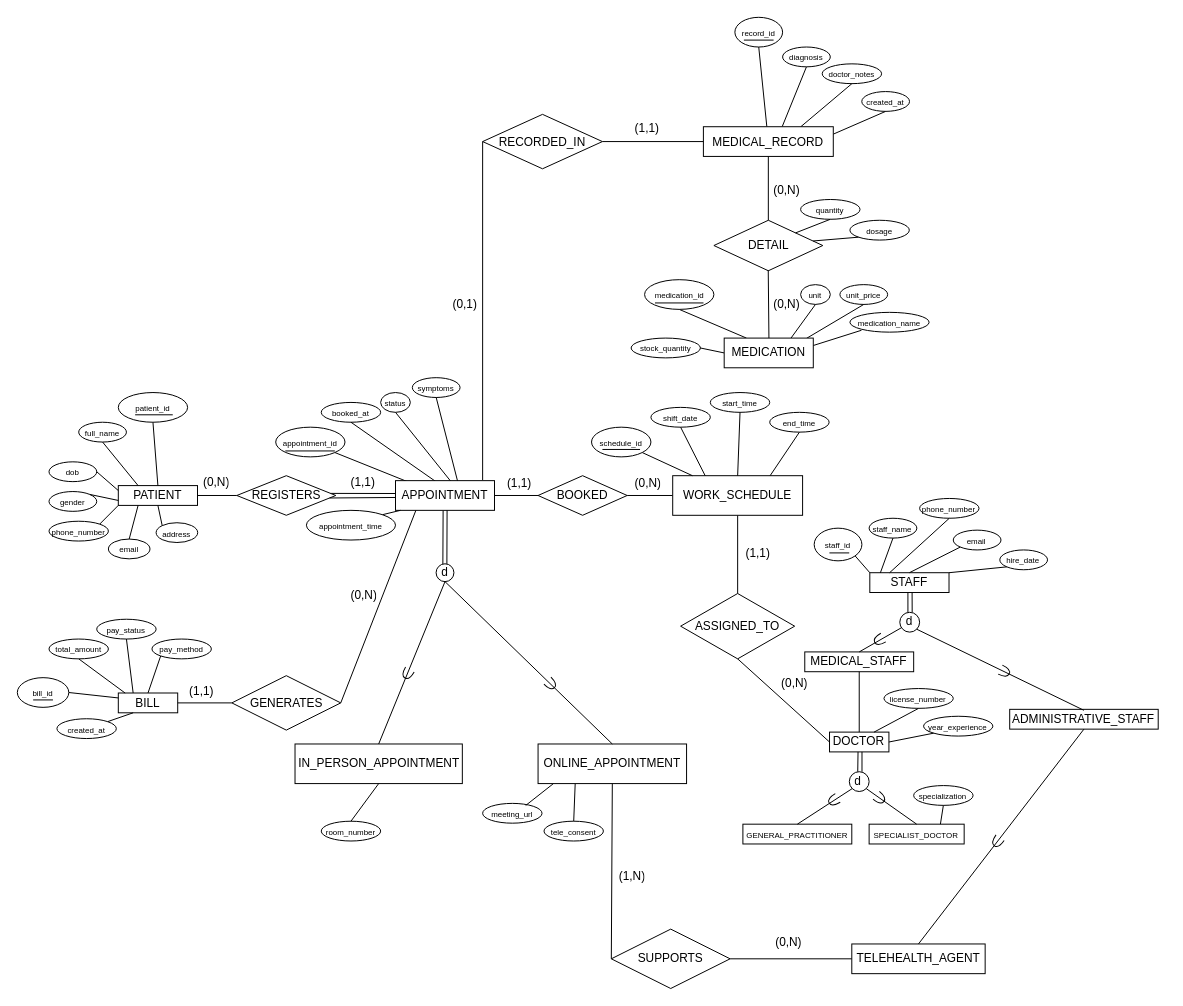
Above: Telemedicine_EERD_Design-02.drawio in Cinzogoni/Database_Telemedicine (draw.io), before the change. Source tidied: cells renumbered, new cells numbered last; positions are measured from the earlier drawing's top-left corner, leaving out a move shared by most shapes. Both pictures are drawn from the tidied source at 99%, with x=0, y=0 at pixel (17, 17).
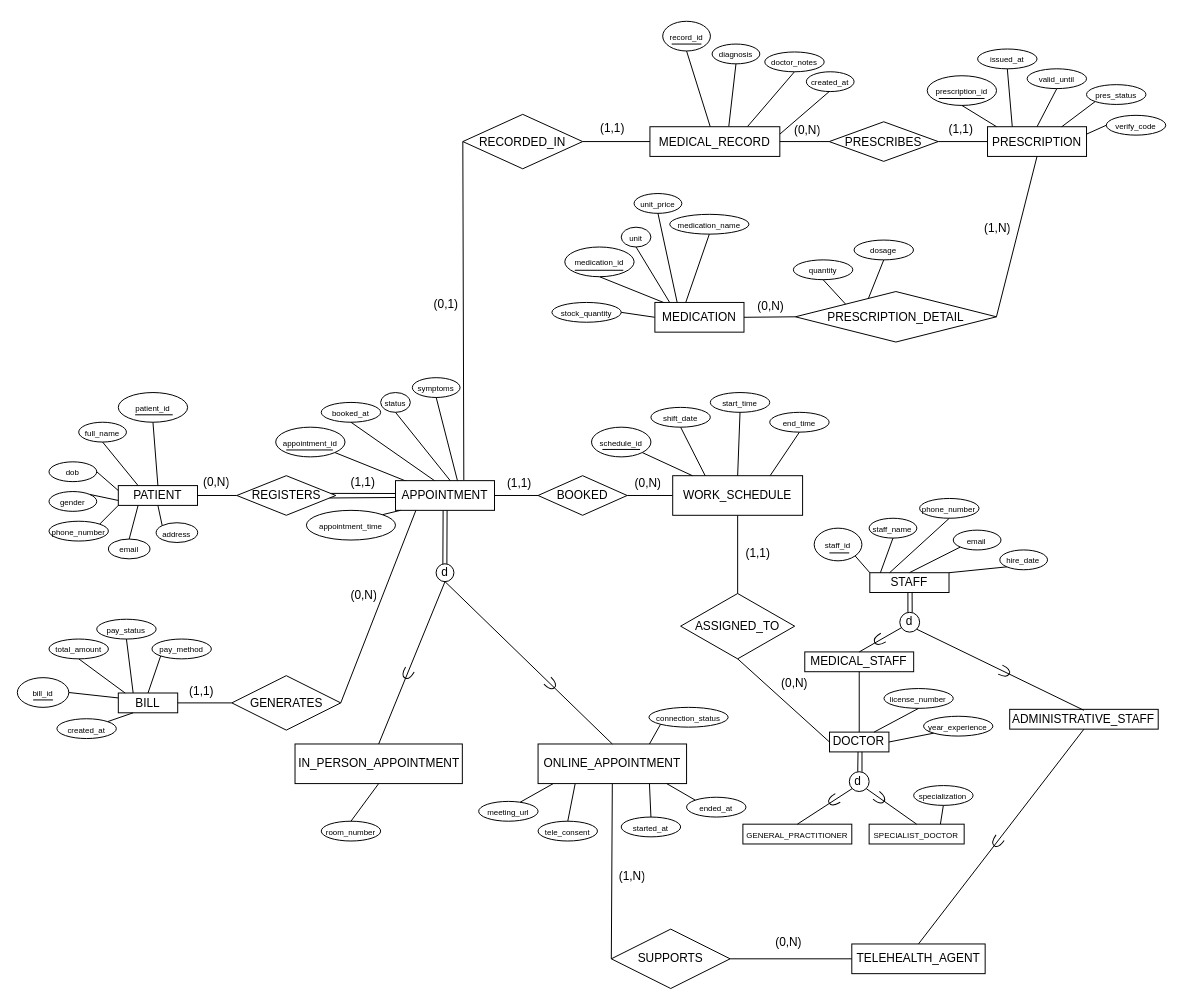
Above is the later version.

Commit message (it also covers changes not shown here):
Desigin-02: added PRESCRIPTION, pending DOCTOR and PRECRIPTION

Unchanged cells that the change refers to:
```xml
<mxCell id="156" value="ONLINE_APPOINTMENT" style="whiteSpace=wrap;html=1;align=center;" parent="1" vertex="1">
  <mxGeometry x="526" y="734" width="150" height="40" as="geometry" />
</mxCell>
```

Change to the diagram source:
```diff
@@
     <mxCell id="42" value="&lt;font style=&quot;font-size: 8px;&quot;&gt;diagnosis&lt;/font&gt;" style="ellipse;whiteSpace=wrap;html=1;align=center;" parent="1" vertex="1">
-      <mxGeometry x="773" y="30" width="48.2" height="20" as="geometry" />
+      <mxGeometry x="701.8" y="27" width="48.2" height="20" as="geometry" />
     </mxCell>
@@
     <mxCell id="60" value="&lt;font style=&quot;font-size: 8px;&quot;&gt;doctor_notes&lt;/font&gt;" style="ellipse;whiteSpace=wrap;html=1;align=center;" parent="1" vertex="1">
-      <mxGeometry x="813" y="47" width="60" height="20" as="geometry" />
+      <mxGeometry x="755" y="35" width="60" height="20" as="geometry" />
     </mxCell>
     <mxCell id="61" value="&lt;font style=&quot;font-size: 8px;&quot;&gt;created_at&lt;/font&gt;" style="ellipse;whiteSpace=wrap;html=1;align=center;" parent="1" vertex="1">
-      <mxGeometry x="853" y="75" width="48.2" height="20" as="geometry" />
+      <mxGeometry x="797" y="55" width="48.2" height="20" as="geometry" />
     </mxCell>
@@
-    <mxCell id="63" style="endArrow=none;html=1;rounded=0;defaultLabelBackgroundColor=page;exitX=0.5;exitY=1;exitDx=0;exitDy=0;entryX=1;entryY=0.25;entryDx=0;entryDy=0;" parent="1" edge="1" source="61" target="95">
-      <mxGeometry relative="1" as="geometry" />
+    <mxCell id="63" style="endArrow=none;html=1;rounded=0;defaultLabelBackgroundColor=page;exitX=0.5;exitY=1;exitDx=0;exitDy=0;entryX=1;entryY=0.25;entryDx=0;entryDy=0;" parent="1" edge="1" target="95">
+      <mxGeometry relative="1" as="geometry">
+        <mxPoint x="820.1" y="75" as="sourcePoint" />
+      </mxGeometry>
     </mxCell>
-    <mxCell id="64" style="endArrow=none;html=1;rounded=0;defaultLabelBackgroundColor=page;exitX=0.5;exitY=1;exitDx=0;exitDy=0;entryX=0.25;entryY=0;entryDx=0;entryDy=0;" parent="1" edge="1" source="143" target="73">
+    <mxCell id="64" style="endArrow=none;html=1;rounded=0;defaultLabelBackgroundColor=page;exitX=0.5;exitY=1;exitDx=0;exitDy=0;entryX=0.105;entryY=0.01;entryDx=0;entryDy=0;entryPerimeter=0;" parent="1" edge="1" source="143" target="73">
       <mxGeometry relative="1" as="geometry" />
     </mxCell>
     <mxCell id="65" value="&lt;font style=&quot;font-size: 8px;&quot;&gt;medication_name&lt;/font&gt;" style="ellipse;whiteSpace=wrap;html=1;align=center;" parent="1" vertex="1">
-      <mxGeometry x="841" y="298" width="80" height="20" as="geometry" />
+      <mxGeometry x="659" y="199" width="80" height="20" as="geometry" />
     </mxCell>
-    <mxCell id="66" style="endArrow=none;html=1;rounded=0;defaultLabelBackgroundColor=page;exitX=0;exitY=1;exitDx=0;exitDy=0;entryX=1;entryY=0.25;entryDx=0;entryDy=0;" parent="1" edge="1" target="73">
-      <mxGeometry relative="1" as="geometry">
-        <mxPoint x="852.7" y="316.1" as="sourcePoint" />
-      </mxGeometry>
+    <mxCell id="66" style="endArrow=none;html=1;rounded=0;defaultLabelBackgroundColor=page;exitX=0.5;exitY=1;exitDx=0;exitDy=0;entryX=0.347;entryY=-0.005;entryDx=0;entryDy=0;entryPerimeter=0;" parent="1" edge="1" source="65" target="73">
+      <mxGeometry relative="1" as="geometry" />
     </mxCell>
     <mxCell id="67" value="&lt;font style=&quot;font-size: 8px;&quot;&gt;unit&lt;/font&gt;" style="ellipse;whiteSpace=wrap;html=1;align=center;" parent="1" vertex="1">
-      <mxGeometry x="791.2" y="270" width="30" height="20" as="geometry" />
+      <mxGeometry x="610" y="212" width="30" height="20" as="geometry" />
     </mxCell>
     <mxCell id="68" value="&lt;font style=&quot;font-size: 8px;&quot;&gt;unit_price&lt;/font&gt;" style="ellipse;whiteSpace=wrap;html=1;align=center;" parent="1" vertex="1">
-      <mxGeometry x="830.9" y="270" width="48.2" height="20" as="geometry" />
+      <mxGeometry x="623" y="178" width="48.2" height="20" as="geometry" />
     </mxCell>
-    <mxCell id="69" style="endArrow=none;html=1;rounded=0;defaultLabelBackgroundColor=page;exitX=0.5;exitY=1;exitDx=0;exitDy=0;entryX=0.75;entryY=0;entryDx=0;entryDy=0;" parent="1" edge="1" source="67" target="73">
+    <mxCell id="69" style="endArrow=none;html=1;rounded=0;defaultLabelBackgroundColor=page;exitX=0.5;exitY=1;exitDx=0;exitDy=0;entryX=0.163;entryY=-0.014;entryDx=0;entryDy=0;entryPerimeter=0;" parent="1" edge="1" source="67" target="73">
       <mxGeometry relative="1" as="geometry" />
     </mxCell>
-    <mxCell id="70" style="endArrow=none;html=1;rounded=0;defaultLabelBackgroundColor=page;exitX=0.5;exitY=1;exitDx=0;exitDy=0;entryX=0.924;entryY=0.01;entryDx=0;entryDy=0;entryPerimeter=0;" parent="1" edge="1" source="68" target="73">
+    <mxCell id="70" style="endArrow=none;html=1;rounded=0;defaultLabelBackgroundColor=page;exitX=0.5;exitY=1;exitDx=0;exitDy=0;entryX=0.25;entryY=0;entryDx=0;entryDy=0;" parent="1" edge="1" source="68" target="73">
       <mxGeometry relative="1" as="geometry" />
     </mxCell>
     <mxCell id="71" value="&lt;font style=&quot;font-size: 8px;&quot;&gt;stock_quantity&lt;/font&gt;" style="ellipse;whiteSpace=wrap;html=1;align=center;" parent="1" vertex="1">
-      <mxGeometry x="620" y="324" width="70" height="20" as="geometry" />
+      <mxGeometry x="540" y="288" width="70" height="20" as="geometry" />
     </mxCell>
@@
     <mxCell id="73" value="&lt;font&gt;MEDICATION&lt;/font&gt;" style="whiteSpace=wrap;html=1;align=center;" parent="1" vertex="1">
-      <mxGeometry x="714" y="324" width="90" height="30" as="geometry" />
+      <mxGeometry x="644" y="288" width="90" height="30" as="geometry" />
     </mxCell>
@@
     <mxCell id="93" value="&lt;span style=&quot;font-size: 8px;&quot;&gt;meeting_url&lt;/span&gt;" style="ellipse;whiteSpace=wrap;html=1;align=center;" parent="1" vertex="1">
-      <mxGeometry x="470" y="794" width="60" height="20" as="geometry" />
+      <mxGeometry x="466" y="792" width="60" height="20" as="geometry" />
     </mxCell>
-    <mxCell id="94" style="endArrow=none;html=1;rounded=0;defaultLabelBackgroundColor=page;exitX=0.106;exitY=0.993;exitDx=0;exitDy=0;exitPerimeter=0;" parent="1" edge="1" source="156">
-      <mxGeometry relative="1" as="geometry">
-        <mxPoint x="513.5" y="796.1" as="targetPoint" />
-      </mxGeometry>
+    <mxCell id="94" style="endArrow=none;html=1;rounded=0;defaultLabelBackgroundColor=page;exitX=0.106;exitY=0.993;exitDx=0;exitDy=0;exitPerimeter=0;entryX=0.699;entryY=0.041;entryDx=0;entryDy=0;entryPerimeter=0;" parent="1" edge="1" source="156" target="93">
+      <mxGeometry relative="1" as="geometry" />
     </mxCell>
     <mxCell id="95" value="MEDICAL_RECORD" style="whiteSpace=wrap;html=1;align=center;" parent="1" vertex="1">
-      <mxGeometry x="693" y="110.5" width="131.2" height="30" as="geometry" />
+      <mxGeometry x="639" y="110.5" width="131.2" height="30" as="geometry" />
     </mxCell>
     <mxCell id="96" value="RECORDED_IN" style="shape=rhombus;perimeter=rhombusPerimeter;whiteSpace=wrap;html=1;align=center;" parent="1" vertex="1">
-      <mxGeometry x="470" y="98" width="121" height="55" as="geometry" />
+      <mxGeometry x="450" y="98" width="121" height="55" as="geometry" />
     </mxCell>
     <mxCell id="97" style="endArrow=none;html=1;rounded=0;defaultLabelBackgroundColor=page;entryX=0;entryY=0.5;entryDx=0;entryDy=0;" parent="1" edge="1" target="96">
       <mxGeometry relative="1" as="geometry">
-        <mxPoint x="470" y="467.4" as="sourcePoint" />
+        <mxPoint x="451" y="467.4" as="sourcePoint" />
       </mxGeometry>
     </mxCell>
@@
     <mxCell id="99" value="(0,1)" style="text;strokeColor=none;fillColor=none;spacingLeft=4;spacingRight=4;overflow=hidden;fontSize=12;whiteSpace=wrap;html=1;" parent="1" vertex="1">
-      <mxGeometry x="434" y="276" width="36" height="30" as="geometry" />
+      <mxGeometry x="415" y="276" width="36" height="30" as="geometry" />
     </mxCell>
     <mxCell id="100" value="(1,1)" style="text;strokeColor=none;fillColor=none;spacingLeft=4;spacingRight=4;overflow=hidden;fontSize=12;whiteSpace=wrap;html=1;" parent="1" vertex="1">
-      <mxGeometry x="618" y="98" width="36" height="30" as="geometry" />
+      <mxGeometry x="583" y="98" width="36" height="30" as="geometry" />
     </mxCell>
-    <mxCell id="101" value="DETAIL" style="shape=rhombus;perimeter=rhombusPerimeter;whiteSpace=wrap;html=1;align=center;" parent="1" vertex="1">
-      <mxGeometry x="703.6" y="205" width="110" height="51" as="geometry" />
+    <mxCell id="101" value="PRESCRIPTION_DETAIL" style="shape=rhombus;perimeter=rhombusPerimeter;whiteSpace=wrap;html=1;align=center;" parent="1" vertex="1">
+      <mxGeometry x="785.9" y="277" width="203.1" height="51" as="geometry" />
     </mxCell>
-    <mxCell id="102" value="(0,N)" style="text;strokeColor=none;fillColor=none;spacingLeft=4;spacingRight=4;overflow=hidden;fontSize=12;whiteSpace=wrap;html=1;" parent="1" vertex="1">
-      <mxGeometry x="758.2" y="161" width="42" height="30" as="geometry" />
-    </mxCell>
-    <mxCell id="103" value="(0,N)" style="text;strokeColor=none;fillColor=none;spacingLeft=4;spacingRight=4;overflow=hidden;fontSize=12;whiteSpace=wrap;html=1;" parent="1" vertex="1">
-      <mxGeometry x="758" y="276" width="42" height="30" as="geometry" />
-    </mxCell>
-    <mxCell id="104" style="endArrow=none;html=1;rounded=0;defaultLabelBackgroundColor=page;exitX=0.516;exitY=0.986;exitDx=0;exitDy=0;entryX=0.5;entryY=0;entryDx=0;entryDy=0;exitPerimeter=0;" parent="1" edge="1">
-      <mxGeometry relative="1" as="geometry">
-        <mxPoint x="758.5" y="255.3" as="sourcePoint" />
-        <mxPoint x="759.2" y="324" as="targetPoint" />
-      </mxGeometry>
+    <mxCell id="104" style="endArrow=none;html=1;rounded=0;defaultLabelBackgroundColor=page;exitX=0;exitY=0.5;exitDx=0;exitDy=0;entryX=1;entryY=0.5;entryDx=0;entryDy=0;" parent="1" edge="1" source="101" target="73">
+      <mxGeometry relative="1" as="geometry" />
     </mxCell>
-    <mxCell id="105" style="endArrow=none;html=1;rounded=0;defaultLabelBackgroundColor=page;exitX=0.5;exitY=1;exitDx=0;exitDy=0;entryX=0.5;entryY=0;entryDx=0;entryDy=0;" parent="1" edge="1" source="95" target="101">
-      <mxGeometry relative="1" as="geometry" />
-    </mxCell>
     <mxCell id="106" value="&lt;font style=&quot;font-size: 8px;&quot;&gt;quantity&lt;/font&gt;" style="ellipse;whiteSpace=wrap;html=1;align=center;" parent="1" vertex="1">
-      <mxGeometry x="791.2" y="184" width="60" height="20" as="geometry" />
+      <mxGeometry x="783.9" y="245" width="60" height="20" as="geometry" />
     </mxCell>
     <mxCell id="107" value="&lt;font style=&quot;font-size: 8px;&quot;&gt;dosage&lt;/font&gt;" style="ellipse;whiteSpace=wrap;html=1;align=center;" parent="1" vertex="1">
-      <mxGeometry x="841" y="205" width="60" height="20" as="geometry" />
+      <mxGeometry x="845.2" y="225" width="60" height="20" as="geometry" />
     </mxCell>
-    <mxCell id="108" style="endArrow=none;html=1;rounded=0;defaultLabelBackgroundColor=page;entryX=0.5;entryY=1;entryDx=0;entryDy=0;exitX=1;exitY=0;exitDx=0;exitDy=0;" parent="1" edge="1" source="101" target="106">
+    <mxCell id="108" style="endArrow=none;html=1;rounded=0;defaultLabelBackgroundColor=page;entryX=0.5;entryY=1;entryDx=0;entryDy=0;exitX=0;exitY=0;exitDx=0;exitDy=0;" parent="1" edge="1" source="101" target="106">
       <mxGeometry relative="1" as="geometry" />
     </mxCell>
-    <mxCell id="109" style="endArrow=none;html=1;rounded=0;defaultLabelBackgroundColor=page;entryX=0;entryY=1;entryDx=0;entryDy=0;exitX=0.911;exitY=0.41;exitDx=0;exitDy=0;exitPerimeter=0;" parent="1" edge="1" source="101" target="107">
+    <mxCell id="109" style="endArrow=none;html=1;rounded=0;defaultLabelBackgroundColor=page;entryX=0.5;entryY=1;entryDx=0;entryDy=0;exitX=0.363;exitY=0.139;exitDx=0;exitDy=0;exitPerimeter=0;" parent="1" edge="1" source="101" target="107">
       <mxGeometry relative="1" as="geometry" />
     </mxCell>
@@
     <mxCell id="129" value="&lt;span style=&quot;font-size: 8px;&quot;&gt;tele_consent&lt;/span&gt;" style="ellipse;whiteSpace=wrap;html=1;align=center;" parent="1" vertex="1">
-      <mxGeometry x="532" y="812" width="60" height="20" as="geometry" />
+      <mxGeometry x="526" y="812" width="60" height="20" as="geometry" />
     </mxCell>
@@
     <mxCell id="137" style="endArrow=none;html=1;rounded=0;defaultLabelBackgroundColor=page;" parent="1" edge="1">
       <mxGeometry relative="1" as="geometry">
-        <mxPoint x="270.7" y="438" as="sourcePoint" />
-        <mxPoint x="320.7" y="438" as="targetPoint" />
+        <mxPoint x="271.7" y="437" as="sourcePoint" />
+        <mxPoint x="318.7" y="437" as="targetPoint" />
       </mxGeometry>
     </mxCell>
@@
     <mxCell id="141" value="&lt;font style=&quot;font-size: 8px;&quot;&gt;record_id&lt;/font&gt;" style="ellipse;whiteSpace=wrap;html=1;align=center;" parent="1" vertex="1">
-      <mxGeometry x="724.8" width="48.2" height="30" as="geometry" />
+      <mxGeometry x="651.9" y="4" width="48.2" height="30" as="geometry" />
     </mxCell>
     <mxCell id="142" style="endArrow=none;html=1;rounded=0;defaultLabelBackgroundColor=page;" parent="1" edge="1">
       <mxGeometry relative="1" as="geometry">
-        <mxPoint x="733.9" y="23" as="sourcePoint" />
-        <mxPoint x="763.9" y="23" as="targetPoint" />
+        <mxPoint x="661" y="27" as="sourcePoint" />
+        <mxPoint x="691" y="27" as="targetPoint" />
       </mxGeometry>
     </mxCell>
     <mxCell id="143" value="&lt;font style=&quot;font-size: 8px;&quot;&gt;medication_id&lt;/font&gt;" style="ellipse;whiteSpace=wrap;html=1;align=center;" parent="1" vertex="1">
-      <mxGeometry x="633.6" y="265" width="70" height="30" as="geometry" />
+      <mxGeometry x="553" y="232" width="70" height="30" as="geometry" />
     </mxCell>
     <mxCell id="144" style="endArrow=none;html=1;rounded=0;defaultLabelBackgroundColor=page;" parent="1" edge="1">
       <mxGeometry relative="1" as="geometry">
-        <mxPoint x="644.1" y="288.5" as="sourcePoint" />
-        <mxPoint x="693.1" y="288.5" as="targetPoint" />
+        <mxPoint x="563.1" y="255.5" as="sourcePoint" />
+        <mxPoint x="612.1" y="255.5" as="targetPoint" />
       </mxGeometry>
     </mxCell>
@@
+    <mxCell id="173" value="&lt;span style=&quot;font-size: 8px;&quot;&gt;ended_at&lt;/span&gt;" style="ellipse;whiteSpace=wrap;html=1;align=center;" parent="1" vertex="1">
+      <mxGeometry x="676" y="787.8" width="60" height="20" as="geometry" />
+    </mxCell>
+    <mxCell id="174" value="&lt;span style=&quot;font-size: 8px;&quot;&gt;started_at&lt;/span&gt;" style="ellipse;whiteSpace=wrap;html=1;align=center;" parent="1" vertex="1">
+      <mxGeometry x="610" y="807.8" width="60" height="20" as="geometry" />
+    </mxCell>
+    <mxCell id="175" style="endArrow=none;html=1;rounded=0;defaultLabelBackgroundColor=page;entryX=0.5;entryY=0;entryDx=0;entryDy=0;exitX=0.75;exitY=1;exitDx=0;exitDy=0;" parent="1" edge="1" source="156" target="174">
+      <mxGeometry relative="1" as="geometry" />
+    </mxCell>
+    <mxCell id="176" style="endArrow=none;html=1;rounded=0;defaultLabelBackgroundColor=page;entryX=0;entryY=0;entryDx=0;entryDy=0;exitX=0.866;exitY=1;exitDx=0;exitDy=0;exitPerimeter=0;" parent="1" edge="1" source="156" target="173">
+      <mxGeometry relative="1" as="geometry" />
+    </mxCell>
+    <mxCell id="177" value="&lt;span style=&quot;font-size: 8px;&quot;&gt;connection_status&lt;/span&gt;" style="ellipse;whiteSpace=wrap;html=1;align=center;" parent="1" vertex="1">
+      <mxGeometry x="638" y="697" width="80" height="20" as="geometry" />
+    </mxCell>
+    <mxCell id="178" style="endArrow=none;html=1;rounded=0;defaultLabelBackgroundColor=page;entryX=0;entryY=1;entryDx=0;entryDy=0;exitX=0.75;exitY=0;exitDx=0;exitDy=0;" parent="1" edge="1" source="156" target="177">
+      <mxGeometry relative="1" as="geometry" />
+    </mxCell>
+    <mxCell id="179" value="PRESCRIPTION" style="whiteSpace=wrap;html=1;align=center;" parent="1" vertex="1">
+      <mxGeometry x="980" y="110.5" width="100" height="30" as="geometry" />
+    </mxCell>
+    <mxCell id="180" value="PRESCRIBES" style="shape=rhombus;perimeter=rhombusPerimeter;whiteSpace=wrap;html=1;align=center;" parent="1" vertex="1">
+      <mxGeometry x="820.1" y="105.5" width="110.1" height="40" as="geometry" />
+    </mxCell>
+    <mxCell id="181" style="endArrow=none;html=1;rounded=0;defaultLabelBackgroundColor=page;entryX=0;entryY=0.5;entryDx=0;entryDy=0;exitX=1;exitY=0.5;exitDx=0;exitDy=0;" parent="1" edge="1" source="180" target="179">
+      <mxGeometry relative="1" as="geometry" />
+    </mxCell>
+    <mxCell id="182" style="endArrow=none;html=1;rounded=0;defaultLabelBackgroundColor=page;entryX=0;entryY=0.5;entryDx=0;entryDy=0;exitX=1;exitY=0.5;exitDx=0;exitDy=0;" parent="1" edge="1" source="95" target="180">
+      <mxGeometry relative="1" as="geometry" />
+    </mxCell>
+    <mxCell id="183" style="endArrow=none;html=1;rounded=0;defaultLabelBackgroundColor=page;entryX=0.5;entryY=1;entryDx=0;entryDy=0;exitX=1;exitY=0.5;exitDx=0;exitDy=0;" parent="1" edge="1" source="101" target="179">
+      <mxGeometry relative="1" as="geometry" />
+    </mxCell>
+    <mxCell id="184" value="&lt;font style=&quot;font-size: 8px;&quot;&gt;prescription_id&lt;/font&gt;" style="ellipse;whiteSpace=wrap;html=1;align=center;" parent="1" vertex="1">
+      <mxGeometry x="919.1" y="59" width="70" height="30" as="geometry" />
+    </mxCell>
+    <mxCell id="185" style="endArrow=none;html=1;rounded=0;defaultLabelBackgroundColor=page;" parent="1" edge="1">
+      <mxGeometry relative="1" as="geometry">
+        <mxPoint x="930.8" y="82" as="sourcePoint" />
+        <mxPoint x="977" y="82" as="targetPoint" />
+      </mxGeometry>
+    </mxCell>
+    <mxCell id="186" value="&lt;font style=&quot;font-size: 8px;&quot;&gt;issued_at&lt;/font&gt;" style="ellipse;whiteSpace=wrap;html=1;align=center;" parent="1" vertex="1">
+      <mxGeometry x="970" y="32" width="60" height="20" as="geometry" />
+    </mxCell>
+    <mxCell id="187" value="&lt;font style=&quot;font-size: 8px;&quot;&gt;valid_until&lt;/font&gt;" style="ellipse;whiteSpace=wrap;html=1;align=center;" parent="1" vertex="1">
+      <mxGeometry x="1020" y="52" width="60" height="20" as="geometry" />
+    </mxCell>
+    <mxCell id="188" value="&lt;font style=&quot;font-size: 8px;&quot;&gt;pres_status&lt;/font&gt;" style="ellipse;whiteSpace=wrap;html=1;align=center;" parent="1" vertex="1">
+      <mxGeometry x="1080" y="68" width="60" height="20" as="geometry" />
+    </mxCell>
+    <mxCell id="189" value="&lt;font style=&quot;font-size: 8px;&quot;&gt;verify_code&lt;/font&gt;" style="ellipse;whiteSpace=wrap;html=1;align=center;" parent="1" vertex="1">
+      <mxGeometry x="1100" y="99" width="60" height="20" as="geometry" />
+    </mxCell>
+    <mxCell id="190" style="endArrow=none;html=1;rounded=0;defaultLabelBackgroundColor=page;exitX=0.5;exitY=1;exitDx=0;exitDy=0;entryX=0.09;entryY=-0.004;entryDx=0;entryDy=0;entryPerimeter=0;" parent="1" edge="1" source="184" target="179">
+      <mxGeometry relative="1" as="geometry" />
+    </mxCell>
+    <mxCell id="191" style="endArrow=none;html=1;rounded=0;defaultLabelBackgroundColor=page;exitX=0.5;exitY=1;exitDx=0;exitDy=0;entryX=0.25;entryY=0;entryDx=0;entryDy=0;" parent="1" edge="1" source="186" target="179">
+      <mxGeometry relative="1" as="geometry" />
+    </mxCell>
+    <mxCell id="192" style="endArrow=none;html=1;rounded=0;defaultLabelBackgroundColor=page;exitX=0.5;exitY=1;exitDx=0;exitDy=0;entryX=0.5;entryY=0;entryDx=0;entryDy=0;" parent="1" edge="1" source="187" target="179">
+      <mxGeometry relative="1" as="geometry" />
+    </mxCell>
+    <mxCell id="193" style="endArrow=none;html=1;rounded=0;defaultLabelBackgroundColor=page;exitX=0;exitY=1;exitDx=0;exitDy=0;entryX=0.75;entryY=0;entryDx=0;entryDy=0;" parent="1" edge="1" source="188" target="179">
+      <mxGeometry relative="1" as="geometry" />
+    </mxCell>
+    <mxCell id="194" style="endArrow=none;html=1;rounded=0;defaultLabelBackgroundColor=page;exitX=1;exitY=0.25;exitDx=0;exitDy=0;entryX=0;entryY=0.5;entryDx=0;entryDy=0;" parent="1" edge="1" source="179" target="189">
+      <mxGeometry relative="1" as="geometry" />
+    </mxCell>
+    <mxCell id="195" value="(0,N)" style="text;strokeColor=none;fillColor=none;spacingLeft=4;spacingRight=4;overflow=hidden;fontSize=12;whiteSpace=wrap;html=1;" parent="1" vertex="1">
+      <mxGeometry x="779" y="100" width="36" height="30" as="geometry" />
+    </mxCell>
+    <mxCell id="196" value="(1,1)" style="text;strokeColor=none;fillColor=none;spacingLeft=4;spacingRight=4;overflow=hidden;fontSize=12;whiteSpace=wrap;html=1;" parent="1" vertex="1">
+      <mxGeometry x="935.1" y="99" width="36" height="30" as="geometry" />
+    </mxCell>
+    <mxCell id="197" value="(1,N)" style="text;strokeColor=none;fillColor=none;spacingLeft=4;spacingRight=4;overflow=hidden;fontSize=12;whiteSpace=wrap;html=1;" parent="1" vertex="1">
+      <mxGeometry x="971.4" y="199" width="36" height="30" as="geometry" />
+    </mxCell>
+    <mxCell id="198" value="(0,N)" style="text;strokeColor=none;fillColor=none;spacingLeft=4;spacingRight=4;overflow=hidden;fontSize=12;whiteSpace=wrap;html=1;" parent="1" vertex="1">
+      <mxGeometry x="742" y="278" width="36" height="30" as="geometry" />
+    </mxCell>
```
